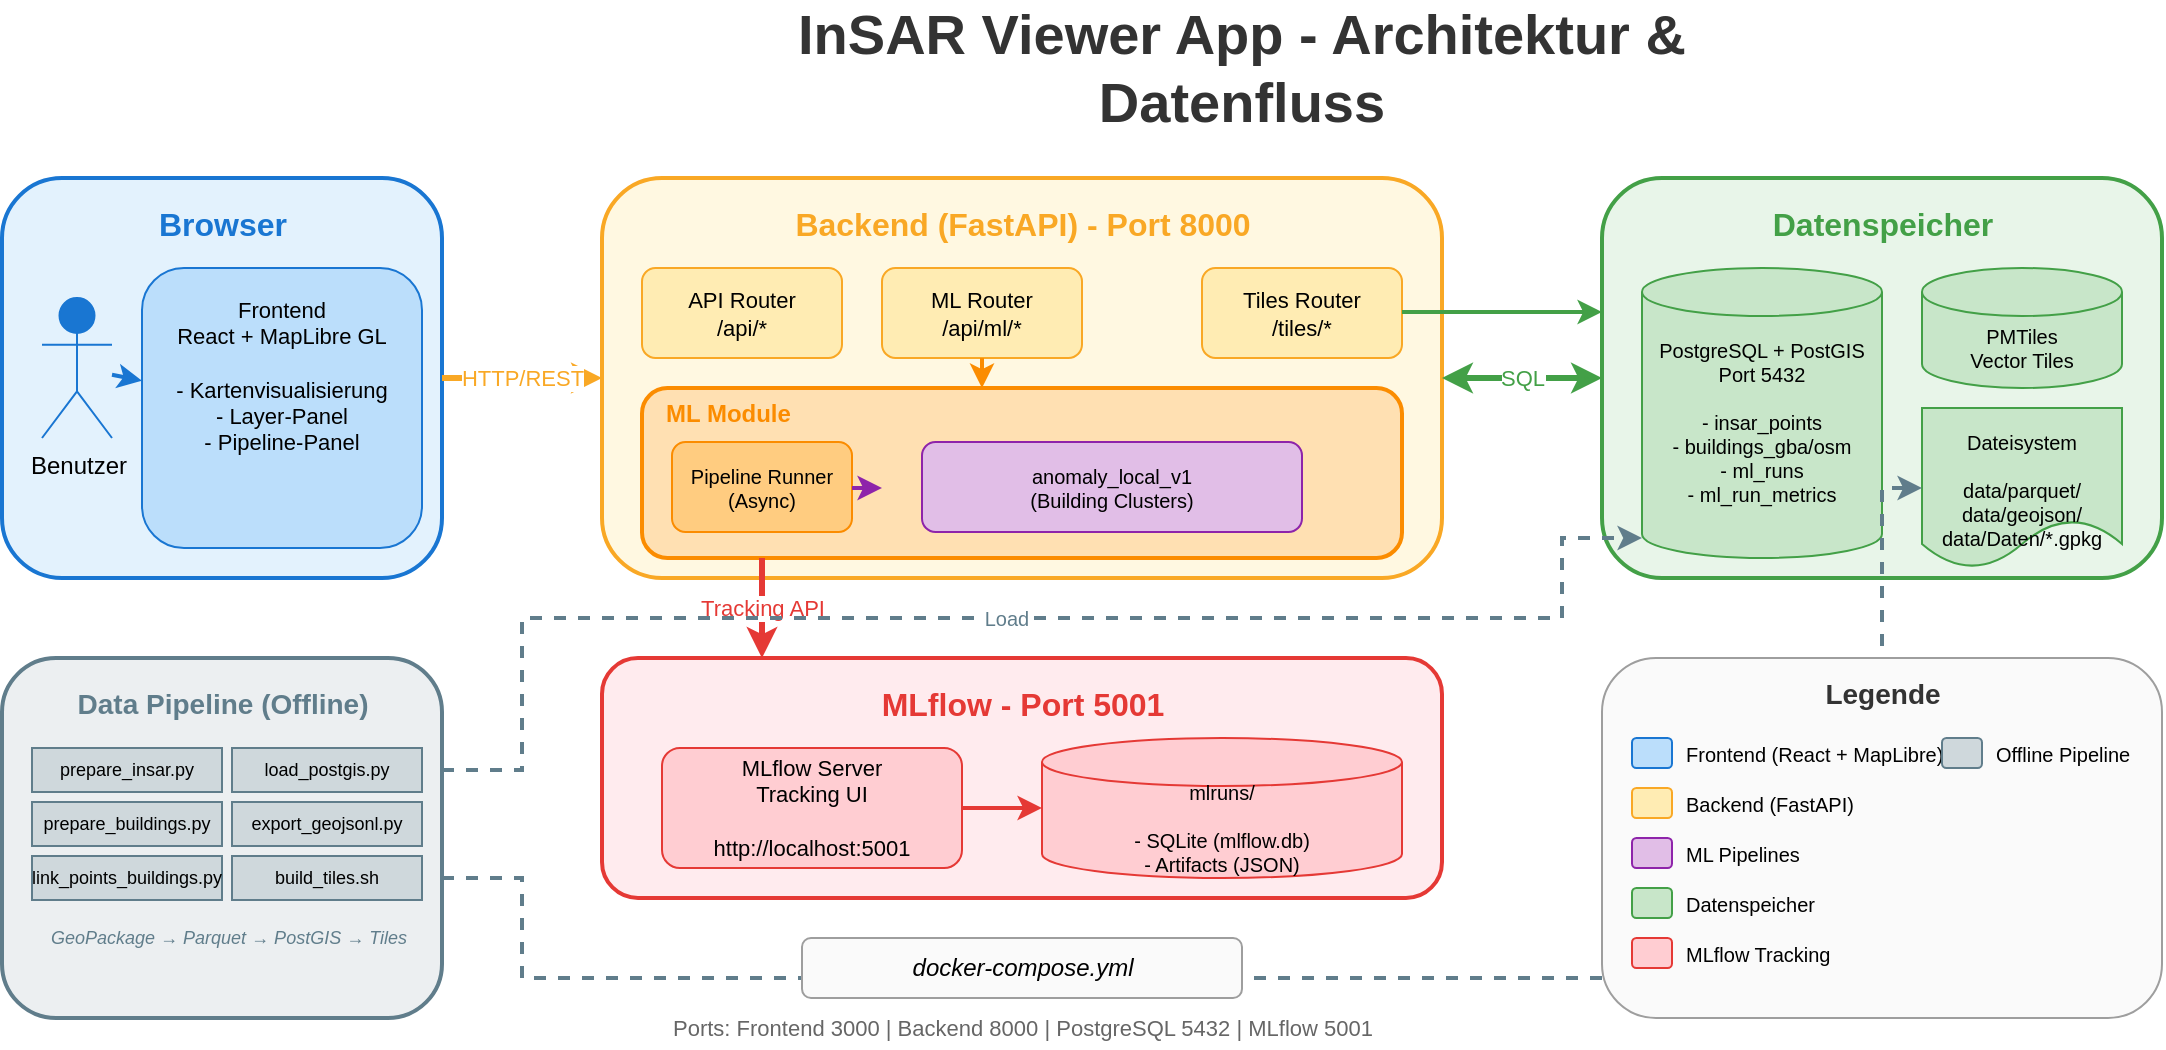
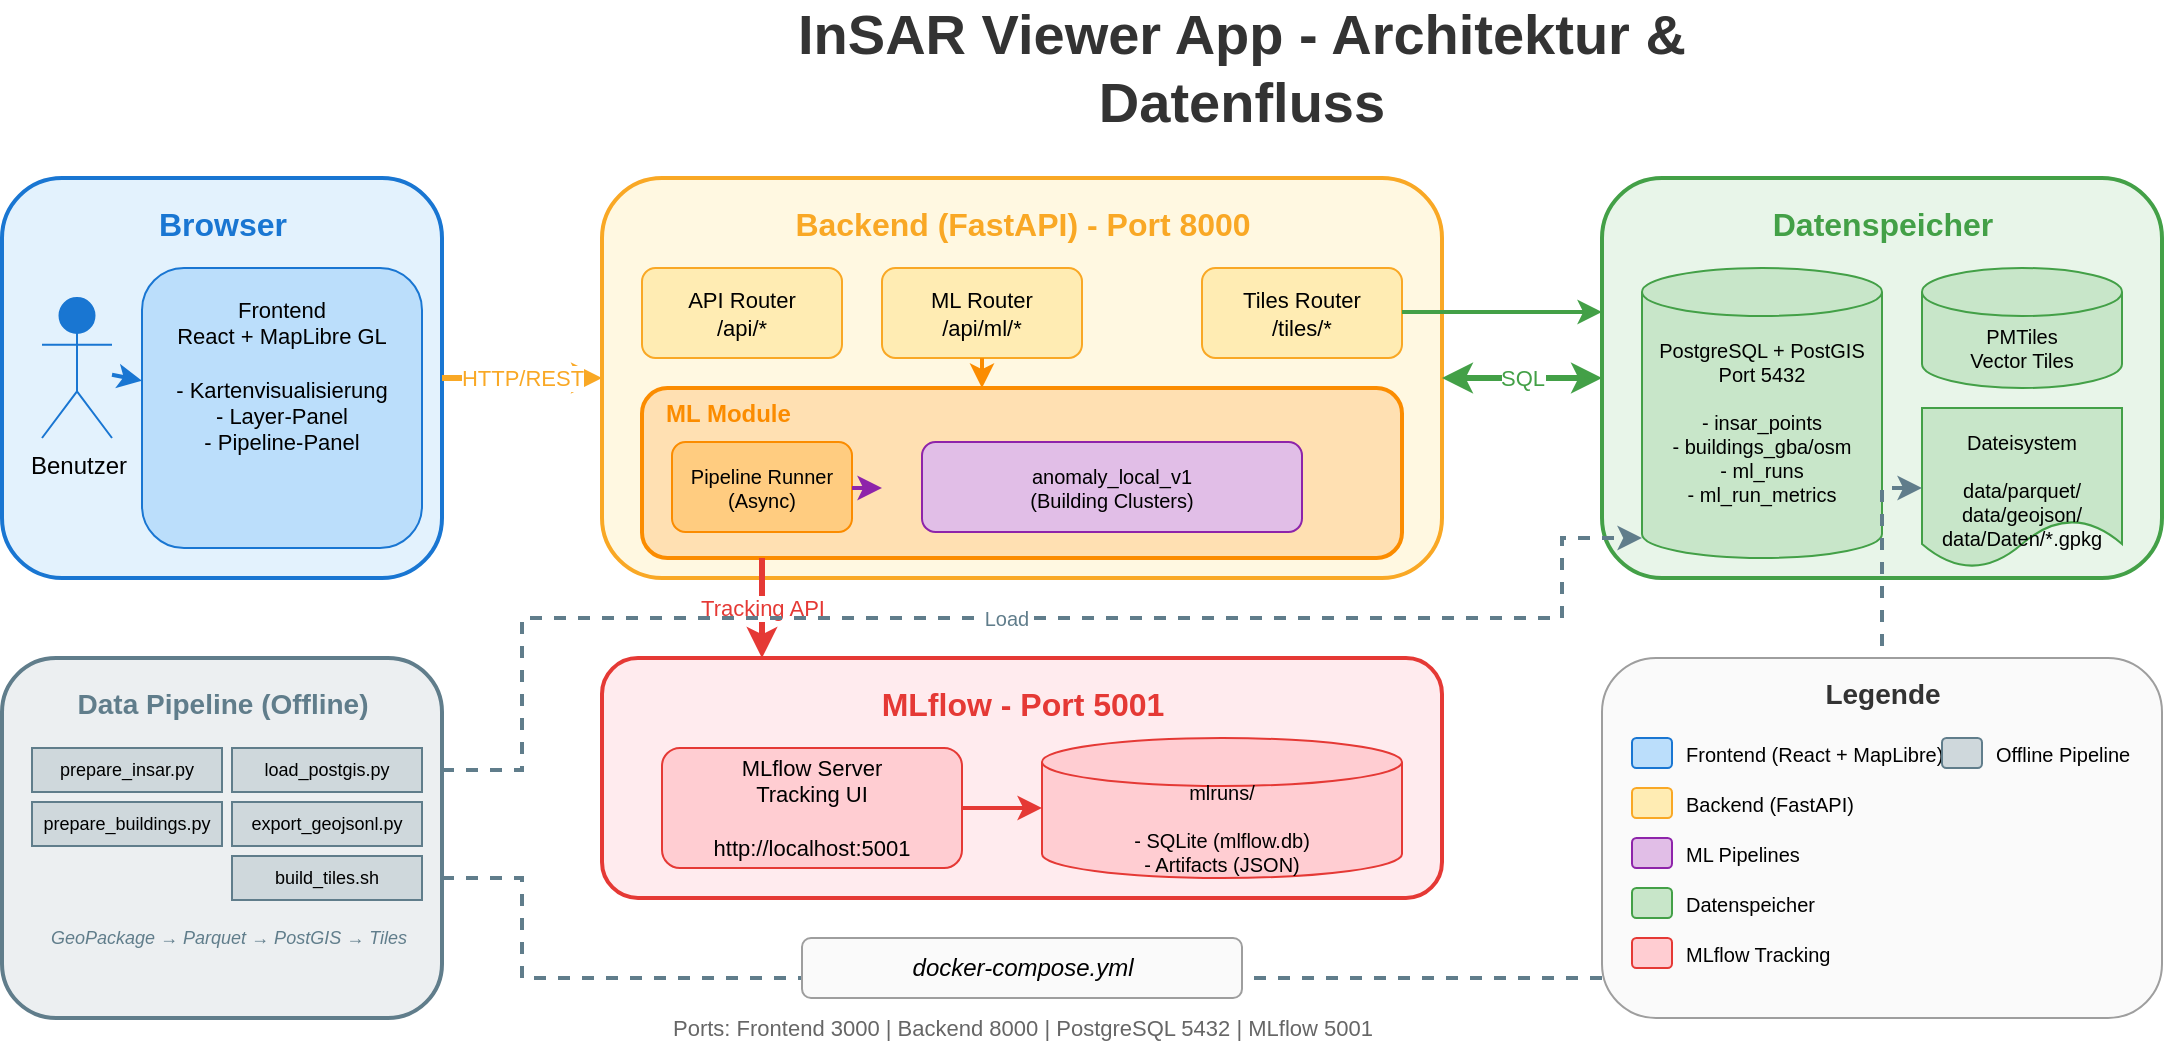
<mxfile host="app.diagrams.net" modified="2026-01-29T10:00:00.000Z" agent="Claude" version="22.1.0">
  <diagram name="InSAR Viewer Architecture" id="insar-architecture">
    <mxGraphModel dx="1400" dy="900" grid="1" gridSize="10" guides="1" tooltips="1" connect="1" arrows="1" fold="1" page="1" pageScale="1" pageWidth="1600" pageHeight="1000" math="0" shadow="0">
      <root>
        <mxCell id="0" />
        <mxCell id="1" parent="0" />

        <!-- Title -->
        <mxCell id="title" value="InSAR Viewer App - Architektur &amp; Datenfluss" style="text;html=1;strokeColor=none;fillColor=none;align=center;verticalAlign=middle;whiteSpace=wrap;rounded=0;fontSize=28;fontStyle=1;fontColor=#333333;" parent="1" vertex="1">
          <mxGeometry x="450" y="20" width="500" height="50" as="geometry" />
        </mxCell>

        <!-- ==================== ROW 1: Browser ==================== -->

        <!-- Browser Group -->
        <mxCell id="browser-group" value="" style="rounded=1;whiteSpace=wrap;html=1;fillColor=#E3F2FD;strokeColor=#1976D2;strokeWidth=2;" parent="1" vertex="1">
          <mxGeometry x="80" y="100" width="220" height="200" as="geometry" />
        </mxCell>
        <mxCell id="browser-label" value="Browser" style="text;html=1;strokeColor=none;fillColor=none;align=center;verticalAlign=middle;fontSize=16;fontStyle=1;fontColor=#1976D2;" parent="1" vertex="1">
          <mxGeometry x="150" y="110" width="80" height="25" as="geometry" />
        </mxCell>

        <mxCell id="user-icon" value="Benutzer" style="shape=umlActor;verticalLabelPosition=bottom;verticalAlign=top;html=1;outlineConnect=0;fillColor=#1976D2;strokeColor=#1976D2;" parent="1" vertex="1">
          <mxGeometry x="100" y="160" width="35" height="70" as="geometry" />
        </mxCell>

        <mxCell id="frontend" value="Frontend&#xa;React + MapLibre GL&#xa;&#xa;- Kartenvisualisierung&#xa;- Layer-Panel&#xa;- Pipeline-Panel" style="rounded=1;whiteSpace=wrap;html=1;fillColor=#BBDEFB;strokeColor=#1976D2;align=center;verticalAlign=top;spacingTop=8;fontSize=11;" parent="1" vertex="1">
          <mxGeometry x="150" y="145" width="140" height="140" as="geometry" />
        </mxCell>

        <!-- ==================== ROW 1: Backend ==================== -->

        <!-- Backend Group -->
        <mxCell id="backend-group" value="" style="rounded=1;whiteSpace=wrap;html=1;fillColor=#FFF8E1;strokeColor=#F9A825;strokeWidth=2;" parent="1" vertex="1">
          <mxGeometry x="380" y="100" width="420" height="200" as="geometry" />
        </mxCell>
        <mxCell id="backend-label" value="Backend (FastAPI) - Port 8000" style="text;html=1;strokeColor=none;fillColor=none;align=center;verticalAlign=middle;fontSize=16;fontStyle=1;fontColor=#F9A825;" parent="1" vertex="1">
          <mxGeometry x="480" y="110" width="220" height="25" as="geometry" />
        </mxCell>

        <!-- Routers -->
        <mxCell id="api-router" value="API Router&#xa;/api/*" style="rounded=1;whiteSpace=wrap;html=1;fillColor=#FFECB3;strokeColor=#F9A825;fontSize=11;" parent="1" vertex="1">
          <mxGeometry x="400" y="145" width="100" height="45" as="geometry" />
        </mxCell>
        <mxCell id="ml-router" value="ML Router&#xa;/api/ml/*" style="rounded=1;whiteSpace=wrap;html=1;fillColor=#FFECB3;strokeColor=#F9A825;fontSize=11;" parent="1" vertex="1">
          <mxGeometry x="520" y="145" width="100" height="45" as="geometry" />
        </mxCell>
        <mxCell id="tiles-router" value="Tiles Router&#xa;/tiles/*" style="rounded=1;whiteSpace=wrap;html=1;fillColor=#FFECB3;strokeColor=#F9A825;fontSize=11;" parent="1" vertex="1">
          <mxGeometry x="680" y="145" width="100" height="45" as="geometry" />
        </mxCell>

        <!-- ML Module -->
        <mxCell id="ml-module" value="" style="rounded=1;whiteSpace=wrap;html=1;fillColor=#FFE0B2;strokeColor=#FB8C00;strokeWidth=2;" parent="1" vertex="1">
          <mxGeometry x="400" y="205" width="380" height="85" as="geometry" />
        </mxCell>
        <mxCell id="ml-module-label" value="ML Module" style="text;html=1;strokeColor=none;fillColor=none;align=left;verticalAlign=middle;fontSize=12;fontStyle=1;fontColor=#FB8C00;" parent="1" vertex="1">
          <mxGeometry x="410" y="208" width="80" height="20" as="geometry" />
        </mxCell>

        <mxCell id="runner" value="Pipeline Runner&#xa;(Async)" style="rounded=1;whiteSpace=wrap;html=1;fillColor=#FFCC80;strokeColor=#FB8C00;fontSize=10;" parent="1" vertex="1">
          <mxGeometry x="415" y="232" width="90" height="45" as="geometry" />
        </mxCell>

        <mxCell id="pipe-anomaly-local" value="anomaly_local_v1&#xa;(Building Clusters)" style="rounded=1;whiteSpace=wrap;html=1;fillColor=#E1BEE7;strokeColor=#8E24AA;fontSize=10;" parent="1" vertex="1">
          <mxGeometry x="540" y="232" width="190" height="45" as="geometry" />
        </mxCell>

        <!-- ==================== ROW 1: Datenspeicher ==================== -->

        <!-- Datenspeicher Group -->
        <mxCell id="storage-group" value="" style="rounded=1;whiteSpace=wrap;html=1;fillColor=#E8F5E9;strokeColor=#43A047;strokeWidth=2;" parent="1" vertex="1">
          <mxGeometry x="880" y="100" width="280" height="200" as="geometry" />
        </mxCell>
        <mxCell id="storage-label" value="Datenspeicher" style="text;html=1;strokeColor=none;fillColor=none;align=center;verticalAlign=middle;fontSize=16;fontStyle=1;fontColor=#43A047;" parent="1" vertex="1">
          <mxGeometry x="960" y="110" width="120" height="25" as="geometry" />
        </mxCell>

        <mxCell id="postgres" value="PostgreSQL + PostGIS&#xa;Port 5432&#xa;&#xa;- insar_points&#xa;- buildings_gba/osm&#xa;- ml_runs&#xa;- ml_run_metrics" style="shape=cylinder3;whiteSpace=wrap;html=1;boundedLbl=1;backgroundOutline=1;size=12;fillColor=#C8E6C9;strokeColor=#43A047;align=center;verticalAlign=top;spacingTop=5;fontSize=10;" parent="1" vertex="1">
          <mxGeometry x="900" y="145" width="120" height="145" as="geometry" />
        </mxCell>

        <mxCell id="pmtiles" value="PMTiles&#xa;Vector Tiles" style="shape=cylinder3;whiteSpace=wrap;html=1;boundedLbl=1;backgroundOutline=1;size=12;fillColor=#C8E6C9;strokeColor=#43A047;fontSize=10;" parent="1" vertex="1">
          <mxGeometry x="1040" y="145" width="100" height="60" as="geometry" />
        </mxCell>

        <mxCell id="files" value="Dateisystem&#xa;&#xa;data/parquet/&#xa;data/geojson/&#xa;data/Daten/*.gpkg" style="shape=document;whiteSpace=wrap;html=1;boundedLbl=1;fillColor=#C8E6C9;strokeColor=#43A047;align=center;verticalAlign=top;spacingTop=5;fontSize=10;" parent="1" vertex="1">
          <mxGeometry x="1040" y="215" width="100" height="80" as="geometry" />
        </mxCell>

        <!-- ==================== ROW 2: MLflow ==================== -->

        <!-- MLflow Group -->
        <mxCell id="mlflow-group" value="" style="rounded=1;whiteSpace=wrap;html=1;fillColor=#FFEBEE;strokeColor=#E53935;strokeWidth=2;" parent="1" vertex="1">
          <mxGeometry x="380" y="340" width="420" height="120" as="geometry" />
        </mxCell>
        <mxCell id="mlflow-label" value="MLflow - Port 5001" style="text;html=1;strokeColor=none;fillColor=none;align=center;verticalAlign=middle;fontSize=16;fontStyle=1;fontColor=#E53935;" parent="1" vertex="1">
          <mxGeometry x="520" y="350" width="140" height="25" as="geometry" />
        </mxCell>

        <mxCell id="mlflow-server" value="MLflow Server&#xa;Tracking UI&#xa;&#xa;http://localhost:5001" style="rounded=1;whiteSpace=wrap;html=1;fillColor=#FFCDD2;strokeColor=#E53935;fontSize=11;" parent="1" vertex="1">
          <mxGeometry x="410" y="385" width="150" height="60" as="geometry" />
        </mxCell>

        <mxCell id="mlflow-store" value="mlruns/&#xa;&#xa;- SQLite (mlflow.db)&#xa;- Artifacts (JSON)" style="shape=cylinder3;whiteSpace=wrap;html=1;boundedLbl=1;backgroundOutline=1;size=12;fillColor=#FFCDD2;strokeColor=#E53935;fontSize=10;" parent="1" vertex="1">
          <mxGeometry x="600" y="380" width="180" height="70" as="geometry" />
        </mxCell>

        <!-- ==================== ROW 2: Data Pipeline ==================== -->

        <!-- Data Pipeline Group -->
        <mxCell id="pipeline-group" value="" style="rounded=1;whiteSpace=wrap;html=1;fillColor=#ECEFF1;strokeColor=#607D8B;strokeWidth=2;" parent="1" vertex="1">
          <mxGeometry x="80" y="340" width="220" height="180" as="geometry" />
        </mxCell>
        <mxCell id="pipeline-label" value="Data Pipeline (Offline)" style="text;html=1;strokeColor=none;fillColor=none;align=center;verticalAlign=middle;fontSize=14;fontStyle=1;fontColor=#607D8B;" parent="1" vertex="1">
          <mxGeometry x="100" y="350" width="180" height="25" as="geometry" />
        </mxCell>

        <mxCell id="prep1" value="prepare_insar.py" style="rounded=0;whiteSpace=wrap;html=1;fillColor=#CFD8DC;strokeColor=#607D8B;fontSize=9;" parent="1" vertex="1">
          <mxGeometry x="95" y="385" width="95" height="22" as="geometry" />
        </mxCell>
        <mxCell id="prep2" value="prepare_buildings.py" style="rounded=0;whiteSpace=wrap;html=1;fillColor=#CFD8DC;strokeColor=#607D8B;fontSize=9;" parent="1" vertex="1">
          <mxGeometry x="95" y="412" width="95" height="22" as="geometry" />
-         </mxCell>
-         <mxCell id="prep3" value="link_points_buildings.py" style="rounded=0;whiteSpace=wrap;html=1;fillColor=#CFD8DC;strokeColor=#607D8B;fontSize=9;" parent="1" vertex="1">
-           <mxGeometry x="95" y="439" width="95" height="22" as="geometry" />
        </mxCell>
        <mxCell id="prep4" value="load_postgis.py" style="rounded=0;whiteSpace=wrap;html=1;fillColor=#CFD8DC;strokeColor=#607D8B;fontSize=9;" parent="1" vertex="1">
          <mxGeometry x="195" y="385" width="95" height="22" as="geometry" />
        </mxCell>
        <mxCell id="prep5" value="export_geojsonl.py" style="rounded=0;whiteSpace=wrap;html=1;fillColor=#CFD8DC;strokeColor=#607D8B;fontSize=9;" parent="1" vertex="1">
          <mxGeometry x="195" y="412" width="95" height="22" as="geometry" />
        </mxCell>
        <mxCell id="prep6" value="build_tiles.sh" style="rounded=0;whiteSpace=wrap;html=1;fillColor=#CFD8DC;strokeColor=#607D8B;fontSize=9;" parent="1" vertex="1">
          <mxGeometry x="195" y="439" width="95" height="22" as="geometry" />
        </mxCell>

        <mxCell id="pipeline-note" value="GeoPackage → Parquet → PostGIS → Tiles" style="text;html=1;strokeColor=none;fillColor=none;align=center;verticalAlign=middle;fontSize=9;fontStyle=2;fontColor=#607D8B;" parent="1" vertex="1">
          <mxGeometry x="95" y="470" width="195" height="20" as="geometry" />
        </mxCell>

        <!-- ==================== ARROWS ==================== -->

        <!-- User to Frontend -->
        <mxCell id="arr-user-fe" style="edgeStyle=none;rounded=0;orthogonalLoop=1;jettySize=auto;html=1;strokeColor=#1976D2;strokeWidth=2;endArrow=classic;endFill=1;" parent="1" source="user-icon" target="frontend" edge="1">
          <mxGeometry relative="1" as="geometry" />
        </mxCell>

        <!-- Frontend to Backend -->
        <mxCell id="arr-fe-be" value="HTTP/REST" style="edgeStyle=none;rounded=0;orthogonalLoop=1;jettySize=auto;html=1;strokeColor=#F9A825;strokeWidth=3;endArrow=classic;endFill=1;fontColor=#F9A825;fontSize=11;labelBackgroundColor=#FFFFFF;" parent="1" edge="1">
          <mxGeometry relative="1" as="geometry">
            <mxPoint x="300" y="200" as="sourcePoint" />
            <mxPoint x="380" y="200" as="targetPoint" />
          </mxGeometry>
        </mxCell>

        <!-- ML Router to Runner -->
        <mxCell id="arr-mlr-run" style="edgeStyle=none;rounded=0;orthogonalLoop=1;jettySize=auto;html=1;strokeColor=#FB8C00;strokeWidth=2;endArrow=classic;endFill=1;" parent="1" edge="1">
          <mxGeometry relative="1" as="geometry">
            <mxPoint x="570" y="190" as="sourcePoint" />
            <mxPoint x="570" y="205" as="targetPoint" />
          </mxGeometry>
        </mxCell>

        <!-- Runner to Pipelines -->
        <mxCell id="arr-run-pipe" style="edgeStyle=none;rounded=0;orthogonalLoop=1;jettySize=auto;html=1;strokeColor=#8E24AA;strokeWidth=2;endArrow=classic;endFill=1;" parent="1" edge="1">
          <mxGeometry relative="1" as="geometry">
            <mxPoint x="505" y="255" as="sourcePoint" />
            <mxPoint x="520" y="255" as="targetPoint" />
          </mxGeometry>
        </mxCell>

        <!-- Backend to PostgreSQL -->
        <mxCell id="arr-be-pg" value="SQL" style="edgeStyle=none;rounded=0;orthogonalLoop=1;jettySize=auto;html=1;strokeColor=#43A047;strokeWidth=3;endArrow=classic;endFill=1;startArrow=classic;startFill=1;fontColor=#43A047;fontSize=11;labelBackgroundColor=#FFFFFF;" parent="1" edge="1">
          <mxGeometry relative="1" as="geometry">
            <mxPoint x="800" y="200" as="sourcePoint" />
            <mxPoint x="880" y="200" as="targetPoint" />
          </mxGeometry>
        </mxCell>

        <!-- Tiles Router to PMTiles -->
        <mxCell id="arr-tiles-pm" style="edgeStyle=orthogonalEdgeStyle;rounded=0;orthogonalLoop=1;jettySize=auto;html=1;strokeColor=#43A047;strokeWidth=2;endArrow=classic;endFill=1;" parent="1" edge="1">
          <mxGeometry relative="1" as="geometry">
            <mxPoint x="780" y="167" as="sourcePoint" />
            <mxPoint x="880" y="167" as="targetPoint" />
            <Array as="points">
              <mxPoint x="830" y="167" />
              <mxPoint x="830" y="167" />
            </Array>
          </mxGeometry>
        </mxCell>

        <!-- Runner to MLflow -->
        <mxCell id="arr-run-mlf" value="Tracking API" style="edgeStyle=orthogonalEdgeStyle;rounded=0;orthogonalLoop=1;jettySize=auto;html=1;strokeColor=#E53935;strokeWidth=3;endArrow=classic;endFill=1;fontColor=#E53935;fontSize=11;labelBackgroundColor=#FFFFFF;" parent="1" edge="1">
          <mxGeometry relative="1" as="geometry">
            <mxPoint x="460" y="290" as="sourcePoint" />
            <mxPoint x="460" y="340" as="targetPoint" />
            <Array as="points">
              <mxPoint x="460" y="315" />
              <mxPoint x="460" y="315" />
            </Array>
          </mxGeometry>
        </mxCell>

        <!-- MLflow Server to Store -->
        <mxCell id="arr-mlf-store" style="edgeStyle=none;rounded=0;orthogonalLoop=1;jettySize=auto;html=1;strokeColor=#E53935;strokeWidth=2;endArrow=classic;endFill=1;" parent="1" edge="1">
          <mxGeometry relative="1" as="geometry">
            <mxPoint x="560" y="415" as="sourcePoint" />
            <mxPoint x="600" y="415" as="targetPoint" />
          </mxGeometry>
        </mxCell>

        <!-- Data Pipeline to PostgreSQL -->
        <mxCell id="arr-dp-pg" value="Load" style="edgeStyle=orthogonalEdgeStyle;rounded=0;orthogonalLoop=1;jettySize=auto;html=1;strokeColor=#607D8B;strokeWidth=2;endArrow=classic;endFill=1;dashed=1;fontColor=#607D8B;fontSize=10;labelBackgroundColor=#FFFFFF;" parent="1" edge="1">
          <mxGeometry relative="1" as="geometry">
            <mxPoint x="300" y="396" as="sourcePoint" />
            <mxPoint x="900" y="280" as="targetPoint" />
            <Array as="points">
              <mxPoint x="340" y="396" />
              <mxPoint x="340" y="320" />
              <mxPoint x="860" y="320" />
              <mxPoint x="860" y="280" />
            </Array>
          </mxGeometry>
        </mxCell>

        <!-- Data Pipeline to Files -->
        <mxCell id="arr-dp-files" style="edgeStyle=orthogonalEdgeStyle;rounded=0;orthogonalLoop=1;jettySize=auto;html=1;strokeColor=#607D8B;strokeWidth=2;endArrow=classic;endFill=1;dashed=1;" parent="1" edge="1">
          <mxGeometry relative="1" as="geometry">
            <mxPoint x="300" y="450" as="sourcePoint" />
            <mxPoint x="1040" y="255" as="targetPoint" />
            <Array as="points">
              <mxPoint x="340" y="450" />
              <mxPoint x="340" y="500" />
              <mxPoint x="1020" y="500" />
              <mxPoint x="1020" y="255" />
            </Array>
          </mxGeometry>
        </mxCell>

        <!-- ==================== LEGEND ==================== -->

        <mxCell id="legend-box" value="" style="rounded=1;whiteSpace=wrap;html=1;fillColor=#FAFAFA;strokeColor=#9E9E9E;strokeWidth=1;" parent="1" vertex="1">
          <mxGeometry x="880" y="340" width="280" height="180" as="geometry" />
        </mxCell>
        <mxCell id="legend-title" value="Legende" style="text;html=1;strokeColor=none;fillColor=none;align=center;verticalAlign=middle;fontSize=14;fontStyle=1;fontColor=#333333;" parent="1" vertex="1">
          <mxGeometry x="980" y="345" width="80" height="25" as="geometry" />
        </mxCell>

        <!-- Legend Items -->
        <mxCell id="leg1-box" value="" style="rounded=1;whiteSpace=wrap;html=1;fillColor=#BBDEFB;strokeColor=#1976D2;" parent="1" vertex="1">
          <mxGeometry x="895" y="380" width="20" height="15" as="geometry" />
        </mxCell>
        <mxCell id="leg1-txt" value="Frontend (React + MapLibre)" style="text;html=1;strokeColor=none;fillColor=none;align=left;verticalAlign=middle;fontSize=10;" parent="1" vertex="1">
          <mxGeometry x="920" y="375" width="150" height="25" as="geometry" />
        </mxCell>

        <mxCell id="leg2-box" value="" style="rounded=1;whiteSpace=wrap;html=1;fillColor=#FFECB3;strokeColor=#F9A825;" parent="1" vertex="1">
          <mxGeometry x="895" y="405" width="20" height="15" as="geometry" />
        </mxCell>
        <mxCell id="leg2-txt" value="Backend (FastAPI)" style="text;html=1;strokeColor=none;fillColor=none;align=left;verticalAlign=middle;fontSize=10;" parent="1" vertex="1">
          <mxGeometry x="920" y="400" width="150" height="25" as="geometry" />
        </mxCell>

        <mxCell id="leg3-box" value="" style="rounded=1;whiteSpace=wrap;html=1;fillColor=#E1BEE7;strokeColor=#8E24AA;" parent="1" vertex="1">
          <mxGeometry x="895" y="430" width="20" height="15" as="geometry" />
        </mxCell>
        <mxCell id="leg3-txt" value="ML Pipelines" style="text;html=1;strokeColor=none;fillColor=none;align=left;verticalAlign=middle;fontSize=10;" parent="1" vertex="1">
          <mxGeometry x="920" y="425" width="150" height="25" as="geometry" />
        </mxCell>

        <mxCell id="leg4-box" value="" style="rounded=1;whiteSpace=wrap;html=1;fillColor=#C8E6C9;strokeColor=#43A047;" parent="1" vertex="1">
          <mxGeometry x="895" y="455" width="20" height="15" as="geometry" />
        </mxCell>
        <mxCell id="leg4-txt" value="Datenspeicher" style="text;html=1;strokeColor=none;fillColor=none;align=left;verticalAlign=middle;fontSize=10;" parent="1" vertex="1">
          <mxGeometry x="920" y="450" width="150" height="25" as="geometry" />
        </mxCell>

        <mxCell id="leg5-box" value="" style="rounded=1;whiteSpace=wrap;html=1;fillColor=#FFCDD2;strokeColor=#E53935;" parent="1" vertex="1">
          <mxGeometry x="895" y="480" width="20" height="15" as="geometry" />
        </mxCell>
        <mxCell id="leg5-txt" value="MLflow Tracking" style="text;html=1;strokeColor=none;fillColor=none;align=left;verticalAlign=middle;fontSize=10;" parent="1" vertex="1">
          <mxGeometry x="920" y="475" width="150" height="25" as="geometry" />
        </mxCell>

        <mxCell id="leg6-box" value="" style="rounded=1;whiteSpace=wrap;html=1;fillColor=#CFD8DC;strokeColor=#607D8B;" parent="1" vertex="1">
          <mxGeometry x="1050" y="380" width="20" height="15" as="geometry" />
        </mxCell>
        <mxCell id="leg6-txt" value="Offline Pipeline" style="text;html=1;strokeColor=none;fillColor=none;align=left;verticalAlign=middle;fontSize=10;" parent="1" vertex="1">
          <mxGeometry x="1075" y="375" width="80" height="25" as="geometry" />
        </mxCell>

        <!-- Docker Compose Note -->
        <mxCell id="docker-note" value="docker-compose.yml" style="text;html=1;strokeColor=#9E9E9E;fillColor=#FAFAFA;align=center;verticalAlign=middle;fontSize=12;fontStyle=2;rounded=1;" parent="1" vertex="1">
          <mxGeometry x="480" y="480" width="220" height="30" as="geometry" />
        </mxCell>

        <!-- Port Summary -->
        <mxCell id="ports-note" value="Ports: Frontend 3000 | Backend 8000 | PostgreSQL 5432 | MLflow 5001" style="text;html=1;strokeColor=none;fillColor=none;align=center;verticalAlign=middle;fontSize=11;fontColor=#666666;" parent="1" vertex="1">
          <mxGeometry x="380" y="515" width="420" height="20" as="geometry" />
        </mxCell>

      </root>
    </mxGraphModel>
  </diagram>
</mxfile>
